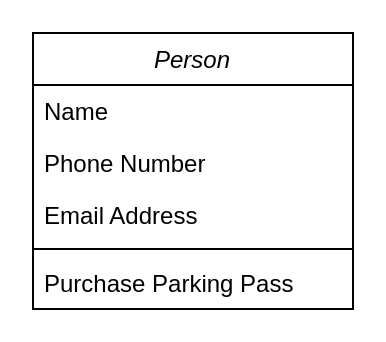
Above: 未命名绘图.drawio in guiyewang/draw.io (draw.io), before the change. Source tidied: cells renumbered, new cells numbered last; positions are measured from the earlier drawing's top-left corner, leaving out a move shared by most shapes. Both pictures are drawn from the tidied source at 200%, with x=0, y=0 at pixel (32, 32).
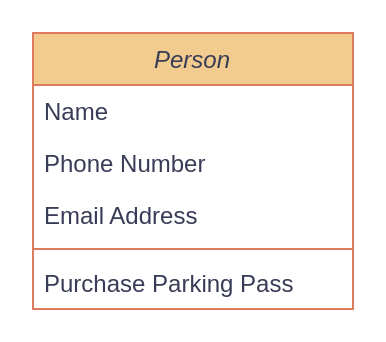
The same diagram, later.

Commit message:
更新未命名绘图.drawio

The edit, as a diff of the source:
```diff
@@
 <mxGraphModel>
   <root>
     <mxCell id="0" />
     <mxCell id="1" parent="0" />
-    <mxCell id="2" value="Person" style="swimlane;fontStyle=2;align=center;verticalAlign=top;horizontal=1;startSize=26;rounded=0;shadow=0;strokeWidth=1;" parent="1" vertex="1">
+    <mxCell id="2" value="Person" style="swimlane;fontStyle=2;align=center;verticalAlign=top;horizontal=1;startSize=26;rounded=0;shadow=0;strokeWidth=1;labelBackgroundColor=none;fillColor=#F2CC8F;strokeColor=#E07A5F;fontColor=#393C56;" parent="1" vertex="1">
       <mxGeometry width="160" height="138" as="geometry" />
     </mxCell>
-    <mxCell id="3" value="Name" style="text;align=left;verticalAlign=top;spacingLeft=4;spacingRight=4;overflow=hidden;" parent="2" vertex="1">
+    <mxCell id="3" value="Name" style="text;align=left;verticalAlign=top;spacingLeft=4;spacingRight=4;overflow=hidden;labelBackgroundColor=none;fontColor=#393C56;rounded=0;" parent="2" vertex="1">
       <mxGeometry y="26" width="160" height="26" as="geometry" />
     </mxCell>
-    <mxCell id="4" value="Phone Number" style="text;align=left;verticalAlign=top;spacingLeft=4;spacingRight=4;overflow=hidden;rounded=0;shadow=0;html=0;" parent="2" vertex="1">
+    <mxCell id="4" value="Phone Number" style="text;align=left;verticalAlign=top;spacingLeft=4;spacingRight=4;overflow=hidden;rounded=0;shadow=0;html=0;labelBackgroundColor=none;fontColor=#393C56;" parent="2" vertex="1">
       <mxGeometry y="52" width="160" height="26" as="geometry" />
     </mxCell>
-    <mxCell id="5" value="Email Address" style="text;align=left;verticalAlign=top;spacingLeft=4;spacingRight=4;overflow=hidden;rounded=0;shadow=0;html=0;" parent="2" vertex="1">
+    <mxCell id="5" value="Email Address" style="text;align=left;verticalAlign=top;spacingLeft=4;spacingRight=4;overflow=hidden;rounded=0;shadow=0;html=0;labelBackgroundColor=none;fontColor=#393C56;" parent="2" vertex="1">
       <mxGeometry y="78" width="160" height="26" as="geometry" />
     </mxCell>
-    <mxCell id="6" style="line;html=1;strokeWidth=1;align=left;verticalAlign=middle;spacingTop=-1;spacingLeft=3;spacingRight=3;labelPosition=right;" parent="2" vertex="1">
+    <mxCell id="6" style="line;html=1;strokeWidth=1;align=left;verticalAlign=middle;spacingTop=-1;spacingLeft=3;spacingRight=3;labelPosition=right;labelBackgroundColor=none;fillColor=#F2CC8F;strokeColor=#E07A5F;fontColor=#393C56;rounded=0;" parent="2" vertex="1">
       <mxGeometry y="104" width="160" height="8" as="geometry" />
     </mxCell>
-    <mxCell id="7" value="Purchase Parking Pass" style="text;align=left;verticalAlign=top;spacingLeft=4;spacingRight=4;overflow=hidden;" parent="2" vertex="1">
+    <mxCell id="7" value="Purchase Parking Pass" style="text;align=left;verticalAlign=top;spacingLeft=4;spacingRight=4;overflow=hidden;labelBackgroundColor=none;fontColor=#393C56;rounded=0;" parent="2" vertex="1">
       <mxGeometry y="112" width="160" height="26" as="geometry" />
     </mxCell>
   </root>
 </mxGraphModel>
```
